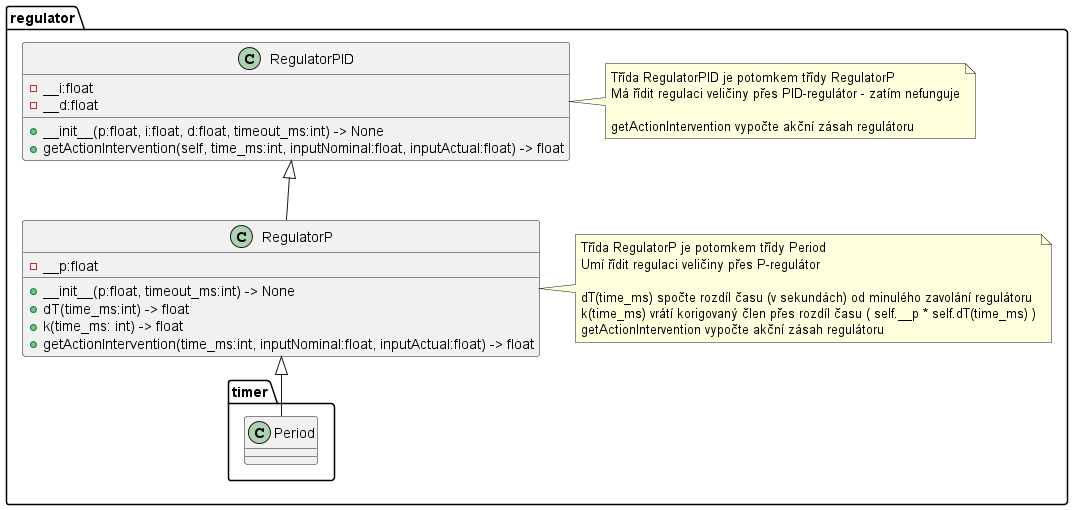
This is doc/regulator.png from JanChaloupek/robot-programming2, a PlantUML export, as it was before one commit.
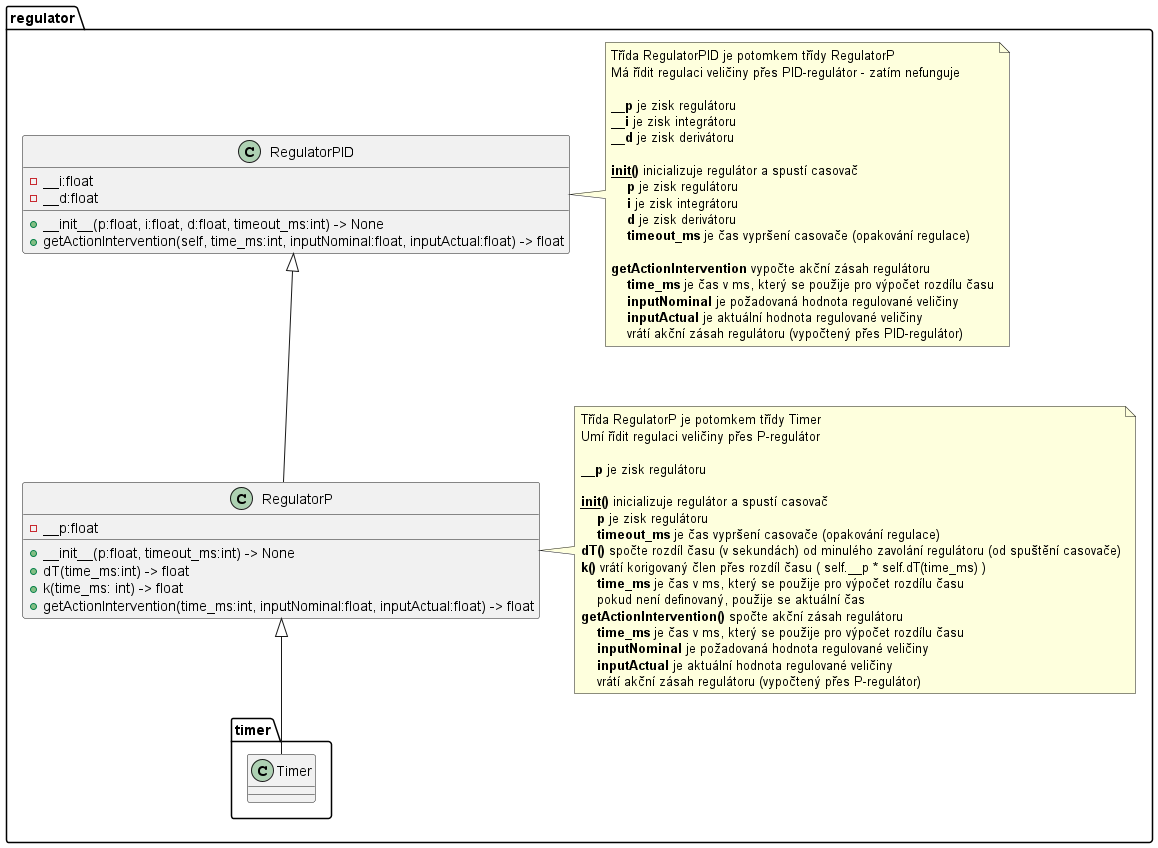
After the commit.

Diff of the diagram source:
```diff
@@ -4,20 +4,32 @@
 
     class RegulatorP {
         - __p:float
+
         + __init__(p:float, timeout_ms:int) -> None
         + dT(time_ms:int) -> float
         + k(time_ms: int) -> float
         + getActionIntervention(time_ms:int, inputNominal:float, inputActual:float) -> float
     }
     note right of RegulatorP
-        Třída RegulatorP je potomkem třídy Period
+        Třída RegulatorP je potomkem třídy Timer
         Umí řídit regulaci veličiny přes P-regulátor
 
-        dT(time_ms) spočte rozdíl času (v sekundách) od minulého zavolání regulátoru
-        k(time_ms) vrátí korigovaný člen přes rozdíl času ( self.__p * self.dT(time_ms) )
-        getActionIntervention vypočte akční zásah regulátoru
+        <b>__p</b> je zisk regulátoru
+
+        <b>__init__()</b> inicializuje regulátor a spustí casovač
+            <b>p</b> je zisk regulátoru
+            <b>timeout_ms</b> je čas vypršení casovače (opakování regulace)
+        <b>dT()</b> spočte rozdíl času (v sekundách) od minulého zavolání regulátoru (od spuštění casovače)
+        <b>k()</b> vrátí korigovaný člen přes rozdíl času ( self.__p * self.dT(time_ms) )
+            <b>time_ms</b> je čas v ms, který se použije pro výpočet rozdílu času
+            pokud není definovaný, použije se aktuální čas
+        <b>getActionIntervention()</b> spočte akční zásah regulátoru
+            <b>time_ms</b> je čas v ms, který se použije pro výpočet rozdílu času
+            <b>inputNominal</b> je požadovaná hodnota regulované veličiny
+            <b>inputActual</b> je aktuální hodnota regulované veličiny
+            vrátí akční zásah regulátoru (vypočtený přes P-regulátor)
     end note
-    RegulatorP <|-- timer.Period
+    RegulatorP <|-- timer.Timer
 
     class RegulatorPID {
         - __i:float
@@ -29,7 +41,21 @@
         Třída RegulatorPID je potomkem třídy RegulatorP
         Má řídit regulaci veličiny přes PID-regulátor - zatím nefunguje
 
-        getActionIntervention vypočte akční zásah regulátoru
+        <b>__p</b> je zisk regulátoru
+        <b>__i</b> je zisk integrátoru
+        <b>__d</b> je zisk derivátoru
+
+        <b>__init__()</b> inicializuje regulátor a spustí casovač
+            <b>p</b> je zisk regulátoru
+            <b>i</b> je zisk integrátoru
+            <b>d</b> je zisk derivátoru
+            <b>timeout_ms</b> je čas vypršení casovače (opakování regulace)
+
+        <b>getActionIntervention</b> vypočte akční zásah regulátoru
+            <b>time_ms</b> je čas v ms, který se použije pro výpočet rozdílu času
+            <b>inputNominal</b> je požadovaná hodnota regulované veličiny
+            <b>inputActual</b> je aktuální hodnota regulované veličiny
+            vrátí akční zásah regulátoru (vypočtený přes PID-regulátor)
     end note
     RegulatorPID <|-- RegulatorP
 }
```
